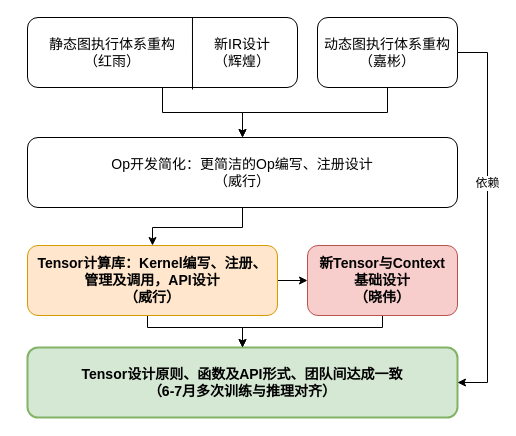
Above: page "relation3" (15 of 15) of paddle_framework.drawio in chenwhql/diagrams (draw.io), before the change. Source tidied: cells renumbered, new cells numbered last; positions are measured from the earlier drawing's top-left corner, leaving out a move shared by most shapes. Both pictures are drawn from the tidied source at 100%, with x=0, y=0 at pixel (17, 17).
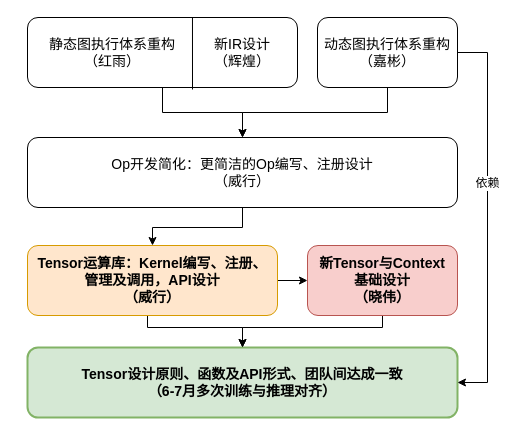
After the change.

Diff of the diagram source:
```diff
@@
-    <mxCell id="17" value="Tensor计算库：Kernel编写、注册、&lt;br&gt;管理及调用，API设计&lt;br&gt;（威行）" style="rounded=1;whiteSpace=wrap;html=1;spacingTop=0;fontSize=14;fillColor=#ffe6cc;strokeColor=#d79b00;fontStyle=1;" parent="1" vertex="1">
+    <mxCell id="17" value="Tensor运算库：Kernel编写、注册、&lt;br&gt;管理及调用，API设计&lt;br&gt;（威行）" style="rounded=1;whiteSpace=wrap;html=1;spacingTop=0;fontSize=14;fillColor=#ffe6cc;strokeColor=#d79b00;fontStyle=1;" parent="1" vertex="1">
       <mxGeometry x="10" y="228" width="250" height="70" as="geometry" />
     </mxCell>
```
